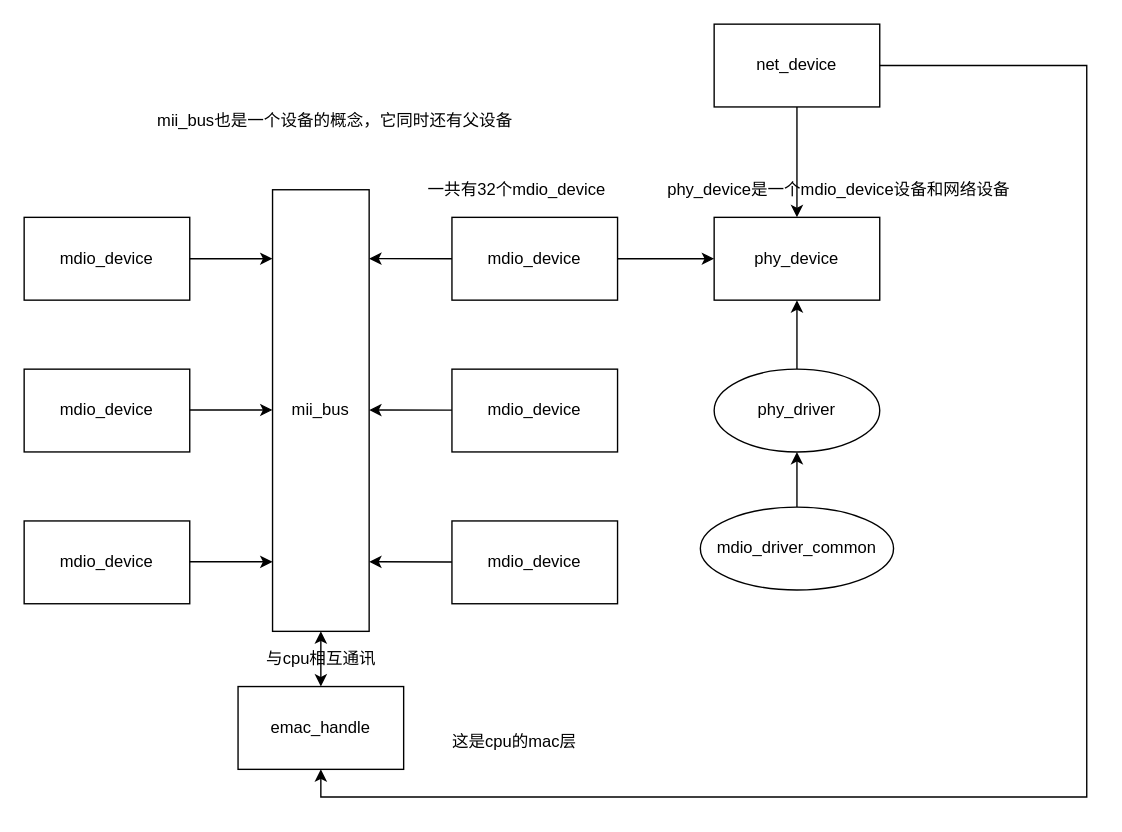
kent0628/diagrams keeps this draw.io diagram as page "网络驱动" (3 of 3) of Untitled Diagram.drawio. Above is the earlier version. Source tidied: cells renumbered, new cells numbered last; positions are measured from the earlier drawing's top-left corner, leaving out a move shared by most shapes. Both pictures are drawn from the tidied source at 138%, with x=0, y=0 at pixel (23, 23).
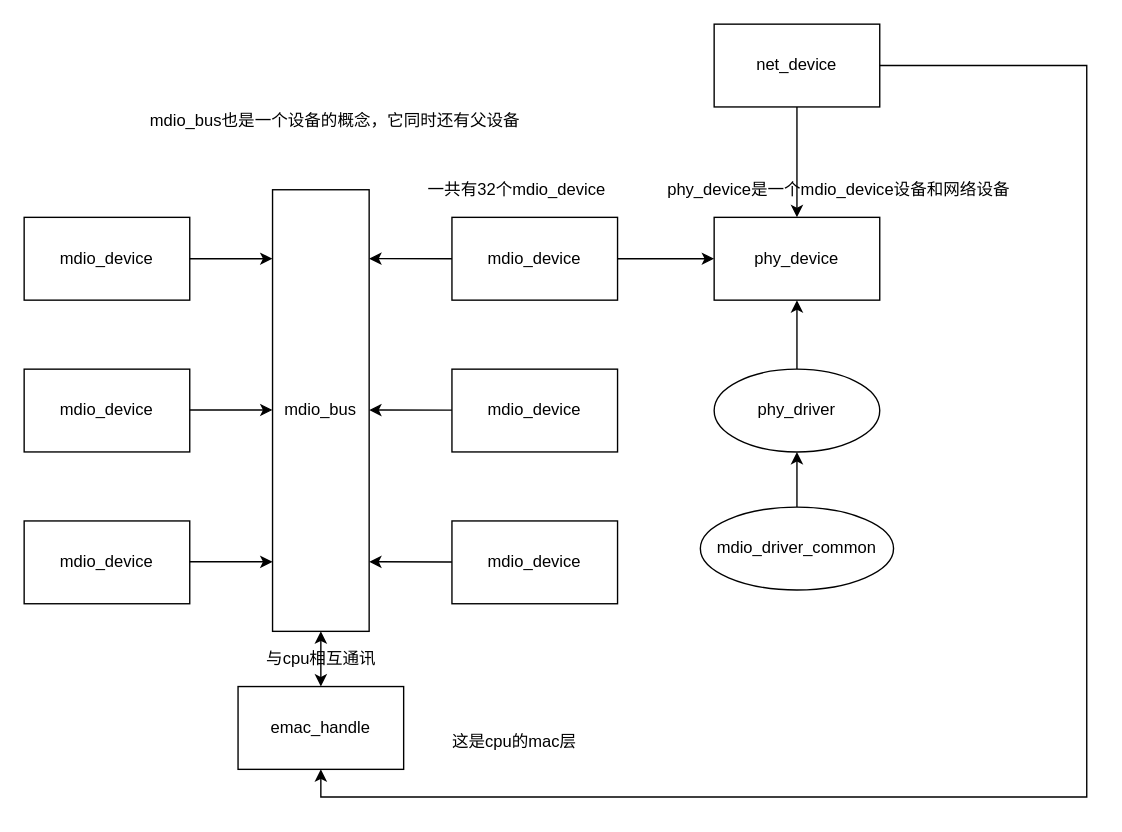
The same page after the edit.

What changed in the source:
```diff
@@
-    <mxCell id="2" value="mii_bus" style="rounded=0;whiteSpace=wrap;html=1;" parent="1" vertex="1">
+    <mxCell id="2" value="mdio_bus" style="rounded=0;whiteSpace=wrap;html=1;" parent="1" vertex="1">
       <mxGeometry x="180" y="120" width="70" height="320" as="geometry" />
     </mxCell>
@@
-    <mxCell id="16" value="mii_bus也是一个设备的概念，它同时还有父设备" style="text;html=1;align=center;verticalAlign=middle;strokeColor=none;fillColor=none;" parent="1" vertex="1">
-      <mxGeometry x="90" y="60" width="270" height="20" as="geometry" />
+    <mxCell id="16" value="mdio_bus也是一个设备的概念，它同时还有父设备" style="text;html=1;align=center;verticalAlign=middle;strokeColor=none;fillColor=none;" parent="1" vertex="1">
+      <mxGeometry x="80" y="55" width="290" height="30" as="geometry" />
     </mxCell>
```
